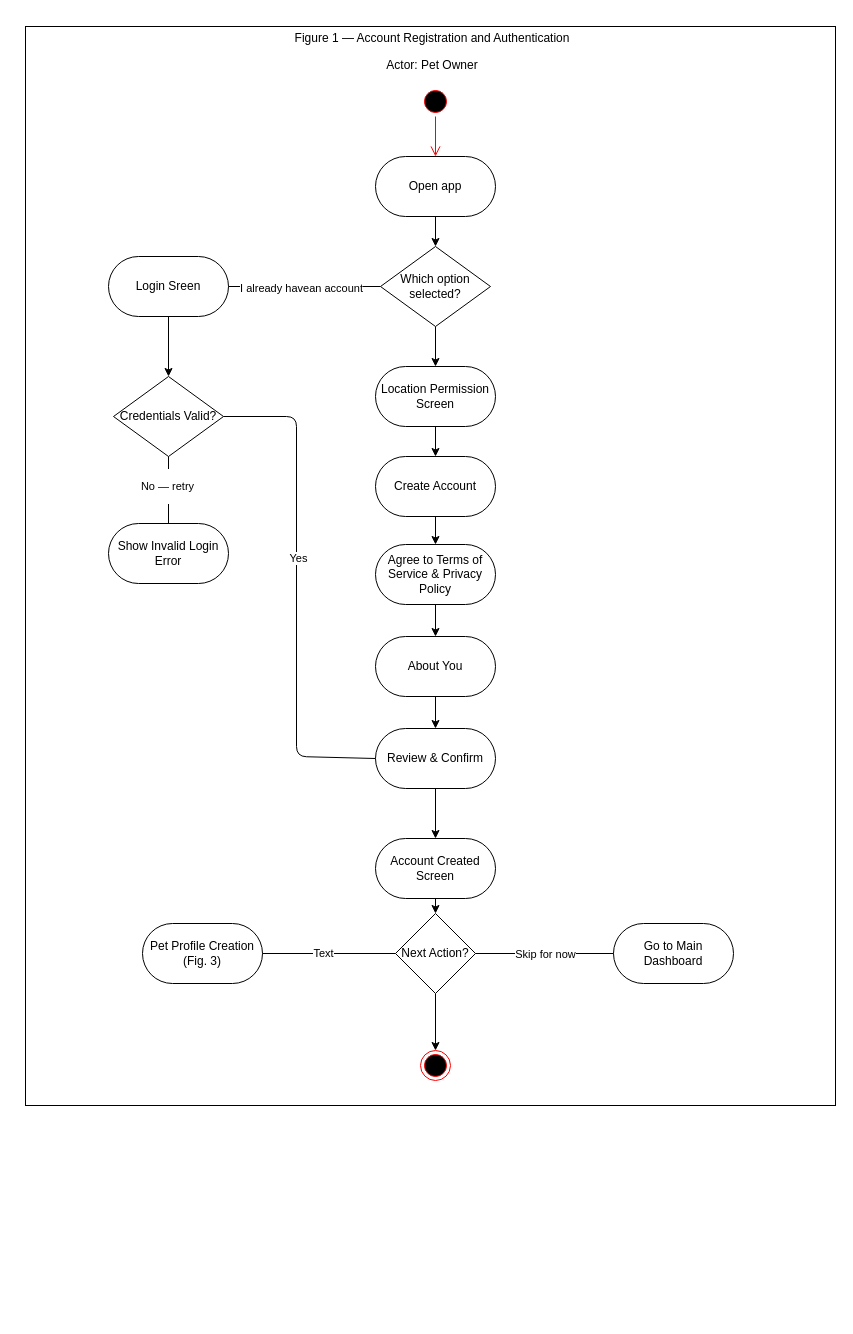
Earlier version of the draw.io diagram ActivityDiagram_Figure1_USALLA.drawio (Chels013/Breedr-Diagrams). Source tidied: cells renumbered, new cells numbered last; positions are measured from the earlier drawing's top-left corner, leaving out a move shared by most shapes. Both pictures are drawn from the tidied source at 100%, with x=0, y=0 at pixel (25, 26).
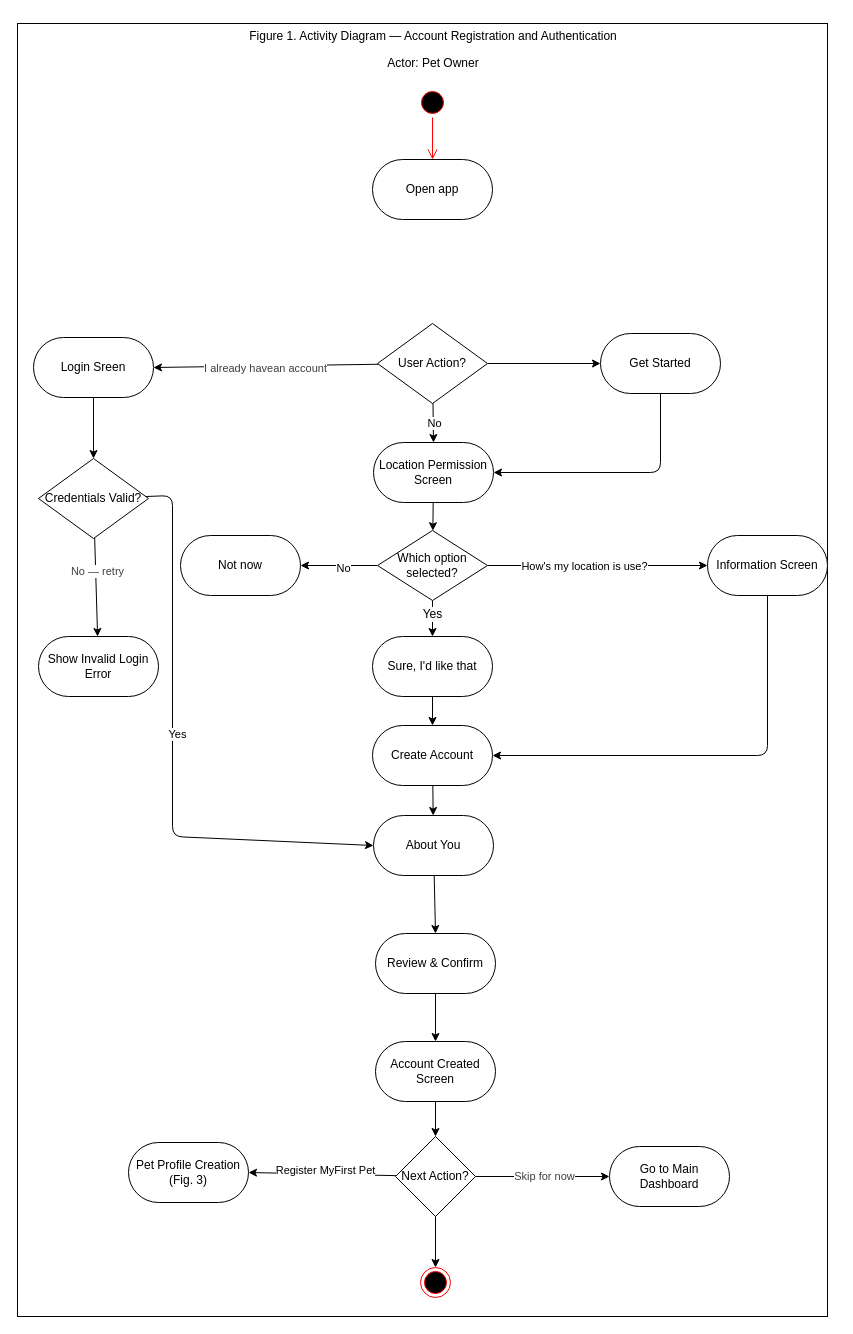
Above is the later version.

Unchanged cells that the change refers to:
```xml
<mxCell id="14" style="edgeStyle=none;html=1;entryX=0.5;entryY=0;entryDx=0;entryDy=0;" parent="1" edge="1" source="15" target="11">
  <mxGeometry relative="1" as="geometry" />
</mxCell>
```

Change to the diagram source:
```diff
@@
     <mxCell id="2" style="rounded=0;whiteSpace=wrap;html=1;" parent="1" vertex="1">
-      <mxGeometry width="810" height="1079" as="geometry" />
+      <mxGeometry x="-8" y="-3" width="810" height="1293" as="geometry" />
     </mxCell>
-    <mxCell id="3" value="&lt;p&gt;Figure 1 — Account Registration and Authentication&lt;/p&gt;&lt;p&gt;Actor: Pet Owner&lt;/p&gt;" style="text;html=1;align=center;verticalAlign=middle;whiteSpace=wrap;rounded=0;" parent="1" vertex="1">
-      <mxGeometry x="264" y="10" width="286" height="30" as="geometry" />
+    <mxCell id="3" value="&lt;p&gt;Figure 1. Activity Diagram — Account Registration and Authentication&lt;/p&gt;&lt;p&gt;Actor: Pet Owner&lt;/p&gt;" style="text;html=1;align=center;verticalAlign=middle;whiteSpace=wrap;rounded=0;" parent="1" vertex="1">
+      <mxGeometry x="199" y="8" width="418" height="30" as="geometry" />
     </mxCell>
@@
     <mxCell id="5" value="Login Sreen" style="rounded=1;whiteSpace=wrap;html=1;arcSize=50;" parent="1" vertex="1">
-      <mxGeometry x="83" y="230" width="120" height="60" as="geometry" />
+      <mxGeometry x="8" y="311" width="120" height="60" as="geometry" />
     </mxCell>
-    <mxCell id="6" style="edgeStyle=none;html=1;entryX=0.5;entryY=0;entryDx=0;entryDy=0;" parent="1" edge="1" source="7" target="15">
-      <mxGeometry relative="1" as="geometry" />
-    </mxCell>
     <mxCell id="7" value="&lt;p&gt;Open app&lt;/p&gt;" style="rounded=1;whiteSpace=wrap;html=1;arcSize=50;" parent="1" vertex="1">
-      <mxGeometry x="350" y="130" width="120" height="60" as="geometry" />
+      <mxGeometry x="347" y="133" width="120" height="60" as="geometry" />
     </mxCell>
-    <mxCell id="8" style="endArrow=none;html=1;exitX=1;exitY=0.5;exitDx=0;exitDy=0;entryX=0;entryY=0.5;entryDx=0;entryDy=0;" parent="1" edge="1" source="5" target="15">
-      <mxGeometry relative="1" as="geometry" />
-    </mxCell>
-    <mxCell id="9" value="&lt;p&gt;I already havean account&lt;/p&gt;" style="edgeLabel;html=1;align=center;verticalAlign=middle;" parent="8" vertex="1">
-      <mxGeometry x="-0.05" y="-1" relative="1" as="geometry" />
-    </mxCell>
-    <mxCell id="10" style="edgeStyle=none;html=1;entryX=0.5;entryY=0;entryDx=0;entryDy=0;" parent="1" edge="1" source="11" target="20">
-      <mxGeometry relative="1" as="geometry" />
-    </mxCell>
+    <mxCell id="41" style="edgeStyle=none;html=1;" parent="1" edge="1" source="11" target="58">
+      <mxGeometry relative="1" as="geometry" />
+    </mxCell>
     <mxCell id="11" value="Location Permission Screen" style="rounded=1;whiteSpace=wrap;html=1;arcSize=50;" parent="1" vertex="1">
-      <mxGeometry x="350" y="340" width="120" height="60" as="geometry" />
+      <mxGeometry x="348" y="416" width="120" height="60" as="geometry" />
     </mxCell>
     <mxCell id="12" style="ellipse;html=1;shape=startState;fillColor=#000000;strokeColor=#ff0000;" parent="1" vertex="1">
-      <mxGeometry x="395" y="60" width="30" height="30" as="geometry" />
+      <mxGeometry x="392" y="61" width="30" height="30" as="geometry" />
     </mxCell>
@@
+    <mxCell id="42" value="No" style="edgeLabel;html=1;align=center;verticalAlign=middle;" parent="14" vertex="1">
+      <mxGeometry x="0.01" y="1" relative="1" as="geometry" />
+    </mxCell>
+    <mxCell id="43" style="edgeStyle=none;html=1;entryX=1;entryY=0.5;entryDx=0;entryDy=0;" parent="1" edge="1" source="15" target="5">
+      <mxGeometry relative="1" as="geometry" />
+    </mxCell>
+    <mxCell id="9" value="&lt;span style=&quot;color: rgb(63, 63, 63);&quot;&gt;I already havean account&lt;/span&gt;" style="edgeLabel;html=1;align=center;verticalAlign=middle;" parent="43" vertex="1">
+      <mxGeometry x="0.12" y="1" relative="1" as="geometry">
+        <mxPoint x="12" y="1" as="offset" />
+      </mxGeometry>
+    </mxCell>
+    <mxCell id="44" style="edgeStyle=none;html=1;entryX=0;entryY=0.5;entryDx=0;entryDy=0;" parent="1" edge="1" source="15" target="50">
+      <mxGeometry relative="1" as="geometry" />
+    </mxCell>
-    <mxCell id="15" value="&lt;p&gt;Which option selected?&lt;/p&gt;" style="rhombus;whiteSpace=wrap;html=1;" parent="1" vertex="1">
-      <mxGeometry x="355" y="220" width="110" height="80" as="geometry" />
+    <mxCell id="15" value="&lt;p&gt;User Action?&lt;/p&gt;" style="rhombus;whiteSpace=wrap;html=1;" parent="1" vertex="1">
+      <mxGeometry x="352" y="297" width="110" height="80" as="geometry" />
     </mxCell>
-    <mxCell id="16" style="edgeStyle=none;html=1;entryX=0.5;entryY=0;entryDx=0;entryDy=0;" parent="1" edge="1" source="17" target="34">
-      <mxGeometry relative="1" as="geometry" />
-    </mxCell>
+    <mxCell id="45" style="edgeStyle=none;html=1;entryX=0.5;entryY=0;entryDx=0;entryDy=0;" parent="1" edge="1" source="17" target="62">
+      <mxGeometry relative="1" as="geometry" />
+    </mxCell>
-    <mxCell id="17" value="&lt;p&gt;Account Created Screen&lt;/p&gt;" style="rounded=1;whiteSpace=wrap;html=1;arcSize=50;" parent="1" vertex="1">
-      <mxGeometry x="350" y="812" width="120" height="60" as="geometry" />
+    <mxCell id="17" value="&lt;p&gt;Review &amp;amp; Confirm&lt;/p&gt;" style="rounded=1;whiteSpace=wrap;html=1;arcSize=50;" parent="1" vertex="1">
+      <mxGeometry x="350" y="907" width="120" height="60" as="geometry" />
     </mxCell>
     <mxCell id="18" style="ellipse;html=1;shape=endState;fillColor=#000000;strokeColor=#ff0000;" parent="1" vertex="1">
-      <mxGeometry x="395" y="1024" width="30" height="30" as="geometry" />
+      <mxGeometry x="395" y="1241" width="30" height="30" as="geometry" />
     </mxCell>
-    <mxCell id="19" style="edgeStyle=none;html=1;entryX=0.5;entryY=0;entryDx=0;entryDy=0;" parent="1" edge="1" source="20" target="22">
-      <mxGeometry relative="1" as="geometry" />
-    </mxCell>
-    <mxCell id="20" value="&lt;p&gt;Create Account&lt;/p&gt;" style="rounded=1;whiteSpace=wrap;html=1;arcSize=50;" parent="1" vertex="1">
-      <mxGeometry x="350" y="430" width="120" height="60" as="geometry" />
-    </mxCell>
@@
-    <mxCell id="22" value="&lt;p&gt;Agree to Terms of Service &amp;amp; Privacy Policy&lt;/p&gt;" style="rounded=1;whiteSpace=wrap;html=1;arcSize=50;" parent="1" vertex="1">
-      <mxGeometry x="350" y="518" width="120" height="60" as="geometry" />
+    <mxCell id="22" value="&lt;p&gt;Sure, I'd like that&lt;/p&gt;" style="rounded=1;whiteSpace=wrap;html=1;arcSize=50;" parent="1" vertex="1">
+      <mxGeometry x="347" y="610" width="120" height="60" as="geometry" />
     </mxCell>
@@
-    <mxCell id="24" value="&lt;p&gt;About You&lt;/p&gt;" style="rounded=1;whiteSpace=wrap;html=1;arcSize=50;" parent="1" vertex="1">
-      <mxGeometry x="350" y="610" width="120" height="60" as="geometry" />
+    <mxCell id="24" value="&lt;p&gt;Create Account&lt;/p&gt;" style="rounded=1;whiteSpace=wrap;html=1;arcSize=50;" parent="1" vertex="1">
+      <mxGeometry x="347" y="699" width="120" height="60" as="geometry" />
     </mxCell>
@@
-    <mxCell id="26" value="&lt;p&gt;Review &amp;amp; Confirm&lt;/p&gt;" style="rounded=1;whiteSpace=wrap;html=1;arcSize=50;" parent="1" vertex="1">
-      <mxGeometry x="350" y="702" width="120" height="60" as="geometry" />
+    <mxCell id="26" value="&lt;p&gt;About You&lt;/p&gt;" style="rounded=1;whiteSpace=wrap;html=1;arcSize=50;" parent="1" vertex="1">
+      <mxGeometry x="348" y="789" width="120" height="60" as="geometry" />
     </mxCell>
+    <mxCell id="31" style="edgeStyle=none;html=1;entryX=0;entryY=0.5;entryDx=0;entryDy=0;" parent="1" edge="1" source="27" target="26">
+      <mxGeometry relative="1" as="geometry">
+        <Array as="points">
+          <mxPoint x="147" y="469" />
+          <mxPoint x="147" y="810" />
+        </Array>
+      </mxGeometry>
+    </mxCell>
+    <mxCell id="32" value="Yes" style="edgeLabel;html=1;align=center;verticalAlign=middle;" parent="31" vertex="1">
+      <mxGeometry x="-0.07" y="4" relative="1" as="geometry" />
+    </mxCell>
+    <mxCell id="29" style="edgeStyle=none;html=1;" parent="1" edge="1" source="27" target="28">
+      <mxGeometry relative="1" as="geometry" />
+    </mxCell>
+    <mxCell id="30" value="&lt;span style=&quot;color: rgb(63, 63, 63);&quot;&gt;No — retry&lt;/span&gt;" style="edgeLabel;html=1;align=center;verticalAlign=middle;" parent="29" vertex="1">
+      <mxGeometry x="-0.34" y="1" relative="1" as="geometry" />
+    </mxCell>
     <mxCell id="27" value="&lt;p&gt;Credentials Valid?&lt;/p&gt;" style="rhombus;whiteSpace=wrap;html=1;" parent="1" vertex="1">
-      <mxGeometry x="88" y="350" width="110" height="80" as="geometry" />
+      <mxGeometry x="13" y="432" width="110" height="80" as="geometry" />
     </mxCell>
     <mxCell id="28" value="&lt;p&gt;Show Invalid Login Error&lt;/p&gt;" style="rounded=1;whiteSpace=wrap;html=1;arcSize=50;" parent="1" vertex="1">
-      <mxGeometry x="83" y="497" width="120" height="60" as="geometry" />
+      <mxGeometry x="13" y="610" width="120" height="60" as="geometry" />
     </mxCell>
-    <mxCell id="29" style="endArrow=none;html=1;exitX=0.5;exitY=1;exitDx=0;exitDy=0;entryX=0.5;entryY=0;entryDx=0;entryDy=0;" parent="1" edge="1" source="27" target="28">
-      <mxGeometry relative="1" as="geometry" />
-    </mxCell>
-    <mxCell id="30" value="&lt;p&gt;No — retry&lt;/p&gt;" style="edgeLabel;html=1;align=center;verticalAlign=middle;" parent="29" vertex="1">
-      <mxGeometry x="-0.14" y="-2" relative="1" as="geometry" />
-    </mxCell>
-    <mxCell id="31" style="endArrow=none;html=1;exitX=1;exitY=0.5;exitDx=0;exitDy=0;entryX=0;entryY=0.5;entryDx=0;entryDy=0;" parent="1" edge="1" source="27" target="26">
-      <mxGeometry relative="1" as="geometry">
-        <Array as="points">
-          <mxPoint x="271" y="390" />
-          <mxPoint x="271" y="730" />
-        </Array>
-      </mxGeometry>
-    </mxCell>
-    <mxCell id="32" value="Yes" style="edgeLabel;html=1;align=center;verticalAlign=middle;" parent="31" vertex="1">
-      <mxGeometry x="-0.13" y="1" relative="1" as="geometry" />
-    </mxCell>
@@
+    <mxCell id="46" style="edgeStyle=none;html=1;entryX=1;entryY=0.5;entryDx=0;entryDy=0;" parent="1" edge="1" source="34" target="36">
+      <mxGeometry relative="1" as="geometry" />
+    </mxCell>
+    <mxCell id="47" value="&lt;p&gt;Register MyFirst Pet&lt;/p&gt;" style="edgeLabel;html=1;align=center;verticalAlign=middle;" parent="46" vertex="1">
+      <mxGeometry x="0.42" relative="1" as="geometry">
+        <mxPoint x="34" y="-3" as="offset" />
+      </mxGeometry>
+    </mxCell>
+    <mxCell id="48" style="edgeStyle=none;html=1;" parent="1" edge="1" source="34" target="35">
+      <mxGeometry relative="1" as="geometry" />
+    </mxCell>
+    <mxCell id="38" value="&lt;span style=&quot;color: rgb(63, 63, 63);&quot;&gt;Skip for now&lt;/span&gt;" style="edgeLabel;html=1;align=center;verticalAlign=middle;" parent="48" vertex="1">
+      <mxGeometry x="0.01" y="1" relative="1" as="geometry" />
+    </mxCell>
     <mxCell id="34" value="&lt;p&gt;Next Action?&lt;/p&gt;" style="rhombus;whiteSpace=wrap;html=1;" parent="1" vertex="1">
-      <mxGeometry x="370" y="887" width="80" height="80" as="geometry" />
+      <mxGeometry x="370" y="1110" width="80" height="80" as="geometry" />
     </mxCell>
     <mxCell id="35" value="&lt;p&gt;Go to Main Dashboard&lt;/p&gt;" style="rounded=1;whiteSpace=wrap;html=1;arcSize=50;" parent="1" vertex="1">
-      <mxGeometry x="588" y="897" width="120" height="60" as="geometry" />
+      <mxGeometry x="584" y="1120" width="120" height="60" as="geometry" />
     </mxCell>
     <mxCell id="36" value="&lt;p&gt;Pet Profile Creation (Fig. 3)&lt;/p&gt;" style="rounded=1;whiteSpace=wrap;html=1;arcSize=50;" parent="1" vertex="1">
-      <mxGeometry x="117" y="897" width="120" height="60" as="geometry" />
+      <mxGeometry x="103" y="1116" width="120" height="60" as="geometry" />
     </mxCell>
-    <mxCell id="37" style="endArrow=none;html=1;exitX=0;exitY=0.5;exitDx=0;exitDy=0;entryX=1;entryY=0.5;entryDx=0;entryDy=0;" parent="1" edge="1" source="35" target="34">
-      <mxGeometry relative="1" as="geometry" />
-    </mxCell>
-    <mxCell id="38" value="&lt;p&gt;Skip for now&lt;/p&gt;" style="edgeLabel;html=1;align=center;verticalAlign=middle;" parent="37" vertex="1">
-      <mxGeometry x="0.3" y="-2" relative="1" as="geometry">
-        <mxPoint x="21" y="2" as="offset" />
-      </mxGeometry>
-    </mxCell>
-    <mxCell id="39" style="endArrow=none;html=1;exitX=1;exitY=0.5;exitDx=0;exitDy=0;entryX=0;entryY=0.5;entryDx=0;entryDy=0;" parent="1" edge="1" source="36" target="34">
-      <mxGeometry relative="1" as="geometry" />
-    </mxCell>
-    <mxCell id="40" value="Text" style="edgeLabel;html=1;align=center;verticalAlign=middle;" parent="39" vertex="1">
-      <mxGeometry x="-0.1" y="1" relative="1" as="geometry" />
-    </mxCell>
+    <mxCell id="49" style="edgeStyle=none;html=1;entryX=1;entryY=0.5;entryDx=0;entryDy=0;" parent="1" edge="1" source="50" target="11">
+      <mxGeometry relative="1" as="geometry">
+        <Array as="points">
+          <mxPoint x="635" y="446" />
+        </Array>
+      </mxGeometry>
+    </mxCell>
+    <mxCell id="50" value="&lt;p&gt;Get Started&lt;/p&gt;" style="rounded=1;whiteSpace=wrap;html=1;arcSize=50;" parent="1" vertex="1">
+      <mxGeometry x="575" y="307" width="120" height="60" as="geometry" />
+    </mxCell>
+    <mxCell id="51" value="&lt;p&gt;Not now&lt;/p&gt;" style="rounded=1;whiteSpace=wrap;html=1;arcSize=50;" parent="1" vertex="1">
+      <mxGeometry x="155" y="509" width="120" height="60" as="geometry" />
+    </mxCell>
+    <mxCell id="52" style="edgeStyle=none;html=1;entryX=0.5;entryY=0;entryDx=0;entryDy=0;" parent="1" edge="1" source="58" target="22">
+      <mxGeometry relative="1" as="geometry" />
+    </mxCell>
+    <mxCell id="53" value="&lt;span style=&quot;font-size: 12px; text-wrap-mode: wrap; background-color: rgb(251, 251, 251);&quot;&gt;Yes&lt;/span&gt;" style="edgeLabel;html=1;align=center;verticalAlign=middle;" parent="52" vertex="1">
+      <mxGeometry x="-0.3" y="-1" relative="1" as="geometry" />
+    </mxCell>
+    <mxCell id="54" style="edgeStyle=none;html=1;entryX=1;entryY=0.5;entryDx=0;entryDy=0;" parent="1" edge="1" source="58" target="51">
+      <mxGeometry relative="1" as="geometry" />
+    </mxCell>
+    <mxCell id="55" value="No" style="edgeLabel;html=1;align=center;verticalAlign=middle;" parent="54" vertex="1">
+      <mxGeometry x="-0.1" y="2" relative="1" as="geometry" />
+    </mxCell>
+    <mxCell id="56" style="edgeStyle=none;html=1;entryX=0;entryY=0.5;entryDx=0;entryDy=0;" parent="1" edge="1" source="58" target="60">
+      <mxGeometry relative="1" as="geometry" />
+    </mxCell>
+    <mxCell id="57" value="How's my location is use?" style="edgeLabel;html=1;align=center;verticalAlign=middle;" parent="56" vertex="1">
+      <mxGeometry x="-0.59" y="-1" relative="1" as="geometry">
+        <mxPoint x="51" y="-1" as="offset" />
+      </mxGeometry>
+    </mxCell>
+    <mxCell id="58" value="&lt;p&gt;Which option selected?&lt;/p&gt;" style="rhombus;whiteSpace=wrap;html=1;" parent="1" vertex="1">
+      <mxGeometry x="352" y="504" width="110" height="70" as="geometry" />
+    </mxCell>
+    <mxCell id="59" style="edgeStyle=none;html=1;entryX=1;entryY=0.5;entryDx=0;entryDy=0;" parent="1" edge="1" source="60" target="24">
+      <mxGeometry relative="1" as="geometry">
+        <Array as="points">
+          <mxPoint x="742" y="729" />
+        </Array>
+      </mxGeometry>
+    </mxCell>
+    <mxCell id="60" value="&lt;p&gt;Information Screen&lt;/p&gt;" style="rounded=1;whiteSpace=wrap;html=1;arcSize=50;" parent="1" vertex="1">
+      <mxGeometry x="682" y="509" width="120" height="60" as="geometry" />
+    </mxCell>
+    <mxCell id="61" style="edgeStyle=none;html=1;" parent="1" edge="1" source="62" target="34">
+      <mxGeometry relative="1" as="geometry" />
+    </mxCell>
+    <mxCell id="62" value="&lt;p&gt;Account Created Screen&lt;/p&gt;" style="rounded=1;whiteSpace=wrap;html=1;arcSize=50;" parent="1" vertex="1">
+      <mxGeometry x="350" y="1015" width="120" height="60" as="geometry" />
+    </mxCell>
```
